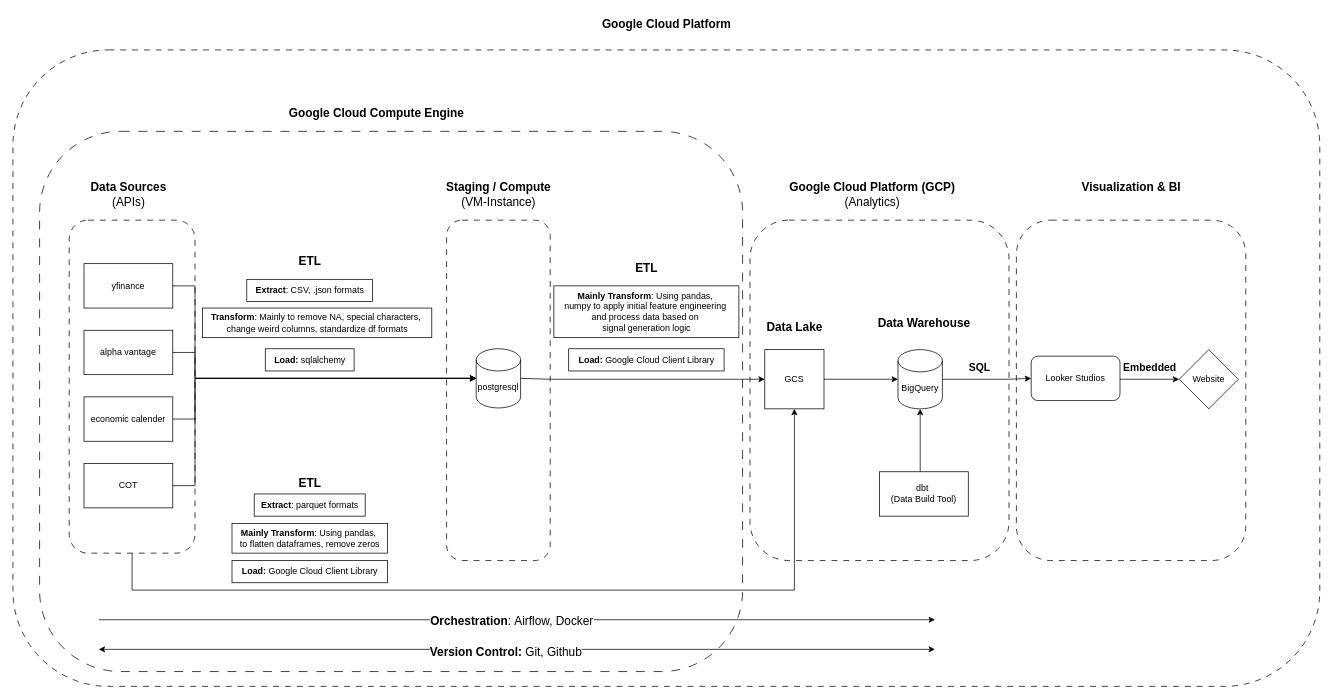
Tgop1310/Projects keeps this draw.io diagram as cloud_system_architecture.drawio. Above is the earlier version. Source tidied: cells renumbered, new cells numbered last; positions are measured from the earlier drawing's top-left corner, leaving out a move shared by most shapes. Both pictures are drawn from the tidied source at 74%, with x=0, y=0 at pixel (13, 13).
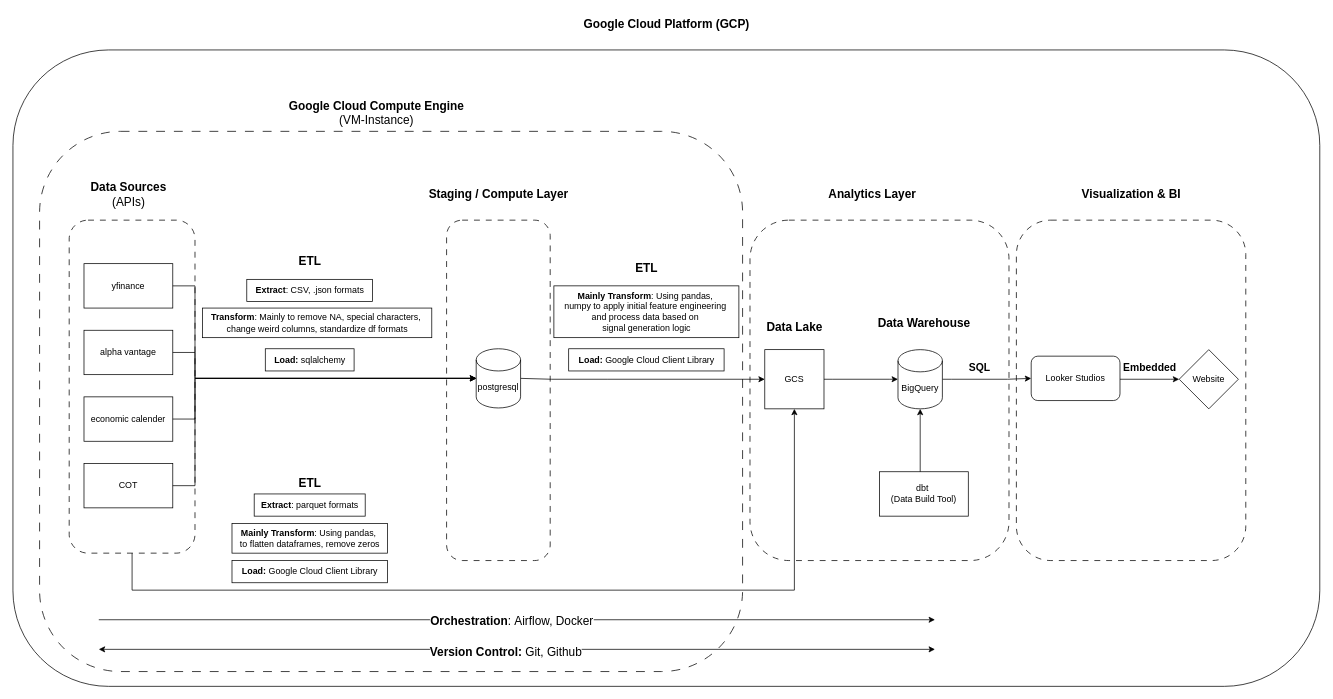
Above is the later version.

Change to the diagram source:
```diff
@@
-    <mxCell id="2" style="rounded=1;whiteSpace=wrap;html=1;fillColor=none;dashed=1;dashPattern=8 8;" parent="1" vertex="1">
+    <mxCell id="2" style="rounded=1;whiteSpace=wrap;html=1;fillColor=none;" parent="1" vertex="1">
       <mxGeometry y="50" width="1766" height="860" as="geometry" />
     </mxCell>
@@
-    <mxCell id="14" value="Staging / Compute&lt;div&gt;&lt;span style=&quot;font-weight: normal;&quot;&gt;(VM-Instance)&lt;/span&gt;&lt;/div&gt;" style="text;html=1;align=center;verticalAlign=middle;strokeColor=none;fillColor=none;fontStyle=1;fontSize=16;" parent="1" vertex="1">
-      <mxGeometry x="576" y="220" width="160" height="50" as="geometry" />
+    <mxCell id="14" value="Staging / Compute Layer" style="text;html=1;align=center;verticalAlign=middle;strokeColor=none;fillColor=none;fontStyle=1;fontSize=16;" parent="1" vertex="1">
+      <mxGeometry x="556" y="230" width="200" height="30" as="geometry" />
     </mxCell>
@@
-    <mxCell id="21" value="Google Cloud Platform (GCP)&lt;div&gt;&lt;span style=&quot;font-weight: normal;&quot;&gt;(Analytics)&lt;/span&gt;&lt;/div&gt;" style="text;html=1;align=center;verticalAlign=middle;strokeColor=none;fillColor=none;fontStyle=1;fontSize=16;" parent="1" vertex="1">
-      <mxGeometry x="1041" y="220" width="240" height="50" as="geometry" />
+    <mxCell id="21" value="&lt;span style=&quot;&quot;&gt;Analytics Layer&lt;/span&gt;" style="text;html=1;align=center;verticalAlign=middle;strokeColor=none;fillColor=none;fontStyle=1;fontSize=16;" parent="1" vertex="1">
+      <mxGeometry x="1096" y="230" width="130" height="30" as="geometry" />
     </mxCell>
@@
     <mxCell id="34" value="Visualization &amp;amp; BI" style="text;html=1;align=center;verticalAlign=middle;strokeColor=none;fillColor=none;fontStyle=1;fontSize=16;" parent="1" vertex="1">
-      <mxGeometry x="1436" y="220" width="150" height="30" as="geometry" />
+      <mxGeometry x="1436" y="230" width="150" height="30" as="geometry" />
     </mxCell>
@@
-    <mxCell id="51" value="Google Cloud Platform" style="text;html=1;align=center;verticalAlign=middle;strokeColor=none;fillColor=none;fontStyle=1;fontSize=16;" parent="1" vertex="1">
-      <mxGeometry x="788" width="190" height="30" as="geometry" />
+    <mxCell id="51" value="Google Cloud Platform (GCP)" style="text;html=1;align=center;verticalAlign=middle;strokeColor=none;fillColor=none;fontStyle=1;fontSize=16;" parent="1" vertex="1">
+      <mxGeometry x="763" width="240" height="30" as="geometry" />
     </mxCell>
-    <mxCell id="52" value="Google Cloud Compute Engine" style="text;html=1;align=center;verticalAlign=middle;strokeColor=none;fillColor=none;fontStyle=1;fontSize=16;" parent="1" vertex="1">
-      <mxGeometry x="371" y="120" width="240" height="30" as="geometry" />
+    <mxCell id="52" value="Google Cloud Compute Engine&lt;div&gt;&lt;span style=&quot;font-weight: 400;&quot;&gt;(VM-Instance)&lt;/span&gt;&lt;/div&gt;" style="text;html=1;align=center;verticalAlign=middle;strokeColor=none;fillColor=none;fontStyle=1;fontSize=16;" parent="1" vertex="1">
+      <mxGeometry x="371" y="110" width="240" height="50" as="geometry" />
     </mxCell>
```
